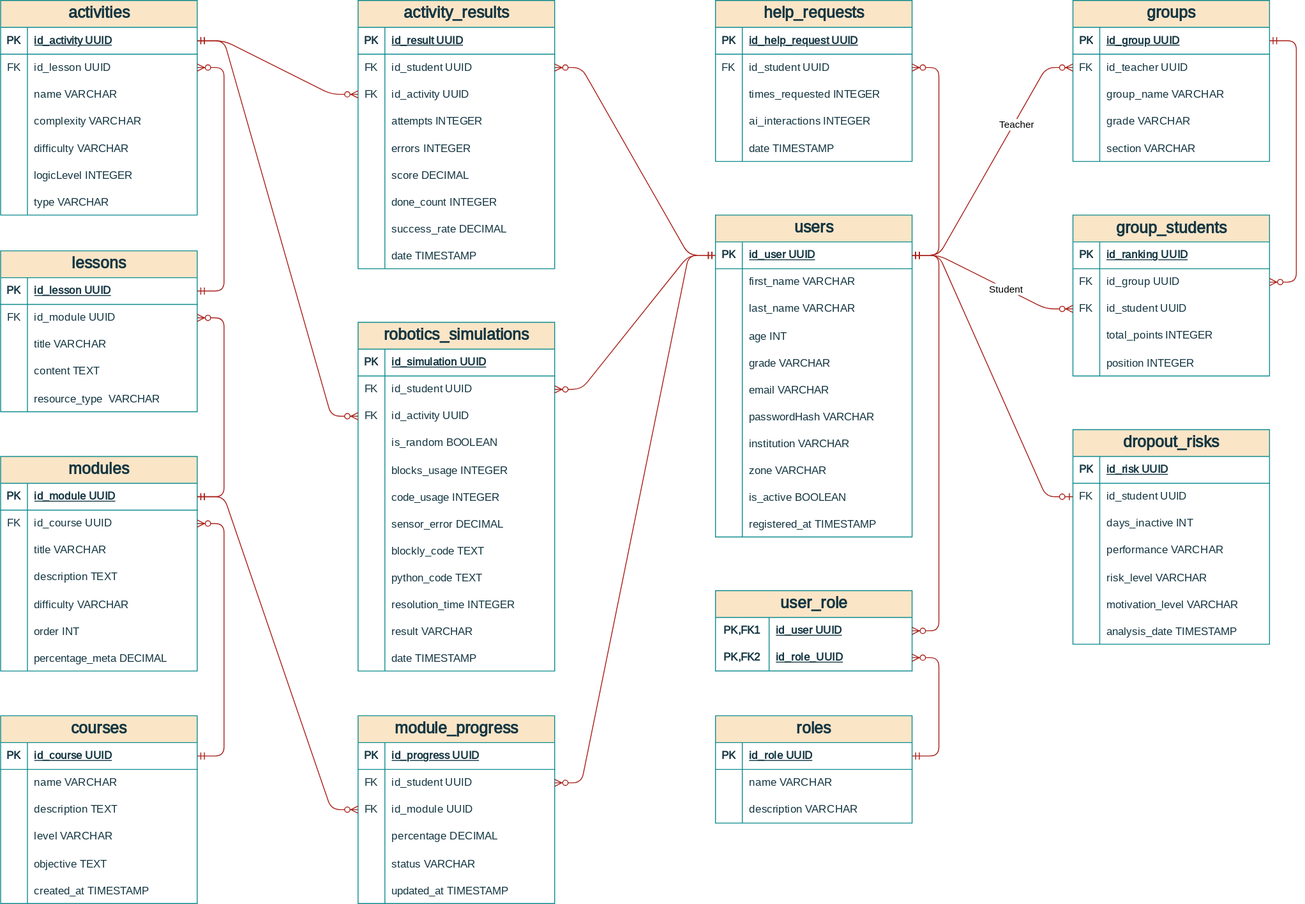
The draw.io diagram docs/bd-diagrama-fisico.drawio.svg in TP-PIPRE/PIPRE, before a commit. Source tidied: cells renumbered, new cells last; positions are measured from the earlier drawing's top-left corner, leaving out a move shared by most shapes.
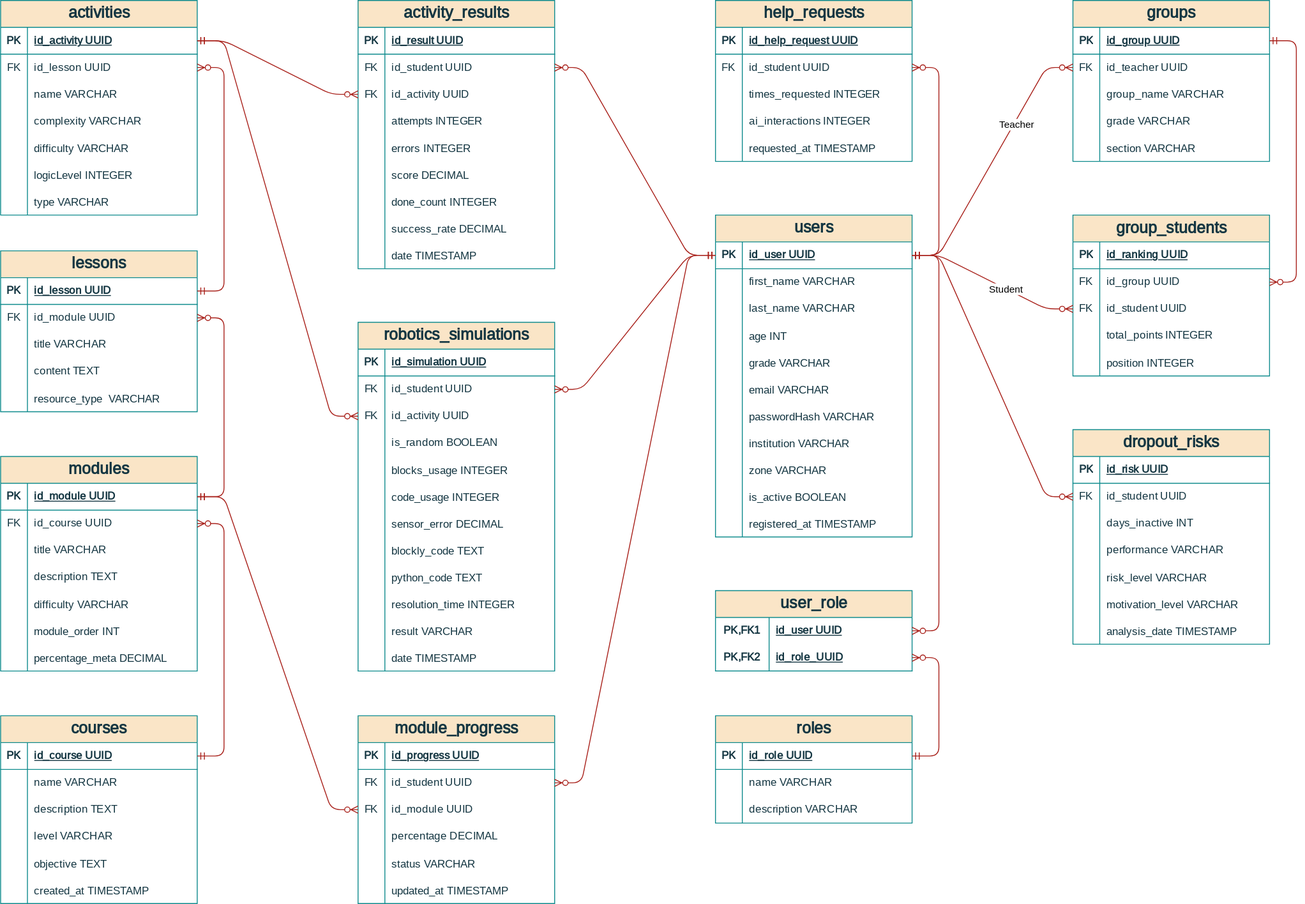
The same file after the commit.

Commit message:
feat: Crear esquemas de la base de datos

What changed in the source:
```diff
@@ -113,7 +113,7 @@
     <mxCell id="38" style="shape=partialRectangle;fillColor=none;top=0;left=0;bottom=0;right=0;overflow=hidden;fontFamily=JetBrains Mono;fontSource=https%3A%2F%2Ffonts.googleapis.com%2Fcss%3Ffamily%3DJetBrains%2BMono;labelBackgroundColor=none;strokeColor=#0F8B8D;fontColor=#143642;" parent="37" vertex="1">
       <mxGeometry width="30" height="30" as="geometry" />
     </mxCell>
-    <mxCell id="39" value="order INT" style="shape=partialRectangle;fillColor=none;top=0;left=0;bottom=0;right=0;align=left;spacingLeft=6;overflow=hidden;fontFamily=JetBrains Mono;fontSource=https%3A%2F%2Ffonts.googleapis.com%2Fcss%3Ffamily%3DJetBrains%2BMono;labelBackgroundColor=none;strokeColor=#0F8B8D;fontColor=#143642;" parent="37" vertex="1">
+    <mxCell id="39" value="module_order INT" style="shape=partialRectangle;fillColor=none;top=0;left=0;bottom=0;right=0;align=left;spacingLeft=6;overflow=hidden;fontFamily=JetBrains Mono;fontSource=https%3A%2F%2Ffonts.googleapis.com%2Fcss%3Ffamily%3DJetBrains%2BMono;labelBackgroundColor=none;strokeColor=#0F8B8D;fontColor=#143642;" parent="37" vertex="1">
       <mxGeometry x="30" width="190" height="30" as="geometry" />
     </mxCell>
     <mxCell id="40" style="shape=tableRow;horizontal=0;startSize=0;swimlaneHead=0;swimlaneBody=0;fillColor=none;top=0;left=0;right=0;bottom=0;fontFamily=JetBrains Mono;fontSource=https%3A%2F%2Ffonts.googleapis.com%2Fcss%3Ffamily%3DJetBrains%2BMono;labelBackgroundColor=none;strokeColor=#0F8B8D;fontColor=#143642;" parent="21" vertex="1">
@@ -635,7 +635,7 @@
     <mxCell id="212" style="shape=partialRectangle;fillColor=none;top=0;left=0;bottom=0;right=0;overflow=hidden;fontFamily=JetBrains Mono;fontSource=https%3A%2F%2Ffonts.googleapis.com%2Fcss%3Ffamily%3DJetBrains%2BMono;labelBackgroundColor=none;strokeColor=#0F8B8D;fontColor=#143642;" parent="211" vertex="1">
       <mxGeometry width="30" height="30" as="geometry" />
     </mxCell>
-    <mxCell id="213" value="date TIMESTAMP" style="shape=partialRectangle;fillColor=none;top=0;left=0;bottom=0;right=0;align=left;spacingLeft=6;overflow=hidden;fontFamily=JetBrains Mono;fontSource=https%3A%2F%2Ffonts.googleapis.com%2Fcss%3Ffamily%3DJetBrains%2BMono;labelBackgroundColor=none;strokeColor=#0F8B8D;fontColor=#143642;" parent="211" vertex="1">
+    <mxCell id="213" value="requested_at TIMESTAMP" style="shape=partialRectangle;fillColor=none;top=0;left=0;bottom=0;right=0;align=left;spacingLeft=6;overflow=hidden;fontFamily=JetBrains Mono;fontSource=https%3A%2F%2Ffonts.googleapis.com%2Fcss%3Ffamily%3DJetBrains%2BMono;labelBackgroundColor=none;strokeColor=#0F8B8D;fontColor=#143642;" parent="211" vertex="1">
       <mxGeometry x="30" width="190" height="30" as="geometry" />
     </mxCell>
     <mxCell id="214" value="&lt;code class=&quot;bg-state-ghost-hover rounded-md px-1 py-0.5 text-sm font-mono whitespace-normal&quot;&gt;&lt;font face=&quot;JetBrains Mono&quot;&gt;activity_results&lt;/font&gt;&lt;/code&gt;" style="shape=table;startSize=30;rowLines=0;fontStyle=1;align=center;html=1;fontSize=18;fontFamily=JetBrains Mono;fontSource=https%3A%2F%2Ffonts.googleapis.com%2Fcss%3Ffamily%3DJetBrains%2BMono;labelBackgroundColor=none;fillColor=#FAE5C7;strokeColor=#0F8B8D;fontColor=#143642;" parent="1" vertex="1">
@@ -863,9 +863,6 @@
     <mxCell id="288" style="edgeStyle=entityRelationEdgeStyle;fontSize=12;html=1;endArrow=ERzeroToMany;startArrow=ERmandOne;rounded=1;fontFamily=JetBrains Mono;fontSource=https%3A%2F%2Ffonts.googleapis.com%2Fcss%3Ffamily%3DJetBrains%2BMono;curved=0;labelBackgroundColor=none;strokeColor=#A8201A;fontColor=default;" parent="1" edge="1" source="54" target="218">
       <mxGeometry relative="1" as="geometry" />
     </mxCell>
-    <mxCell id="289" style="edgeStyle=entityRelationEdgeStyle;fontSize=12;html=1;endArrow=ERzeroToOne;startArrow=ERmandOne;rounded=1;fontFamily=JetBrains Mono;fontSource=https%3A%2F%2Ffonts.googleapis.com%2Fcss%3Ffamily%3DJetBrains%2BMono;curved=0;labelBackgroundColor=none;strokeColor=#A8201A;fontColor=default;" parent="1" edge="1" source="54" target="148">
-      <mxGeometry relative="1" as="geometry" />
-    </mxCell>
     <mxCell id="290" style="edgeStyle=entityRelationEdgeStyle;fontSize=12;html=1;endArrow=ERzeroToMany;startArrow=ERmandOne;rounded=1;fontFamily=JetBrains Mono;fontSource=https%3A%2F%2Ffonts.googleapis.com%2Fcss%3Ffamily%3DJetBrains%2BMono;curved=0;labelBackgroundColor=none;strokeColor=#A8201A;fontColor=default;" parent="1" edge="1" source="54" target="189">
       <mxGeometry relative="1" as="geometry" />
     </mxCell>
@@ -908,5 +905,8 @@
     <mxCell id="303" style="edgeStyle=entityRelationEdgeStyle;fontSize=12;html=1;endArrow=ERzeroToMany;startArrow=ERmandOne;rounded=1;fontFamily=JetBrains Mono;fontSource=https%3A%2F%2Ffonts.googleapis.com%2Fcss%3Ffamily%3DJetBrains%2BMono;curved=0;labelBackgroundColor=none;strokeColor=#A8201A;fontColor=default;" parent="1" edge="1" source="54" target="296">
       <mxGeometry relative="1" as="geometry" />
     </mxCell>
+    <mxCell id="289" style="edgeStyle=entityRelationEdgeStyle;fontSize=12;html=1;endArrow=ERzeroToMany;startArrow=ERmandOne;rounded=1;fontFamily=JetBrains Mono;fontSource=https%3A%2F%2Ffonts.googleapis.com%2Fcss%3Ffamily%3DJetBrains%2BMono;curved=0;labelBackgroundColor=none;strokeColor=#A8201A;fontColor=default;" parent="1" edge="1" source="54" target="148">
+      <mxGeometry relative="1" as="geometry" />
+    </mxCell>
   </root>
 </mxGraphModel>
```
